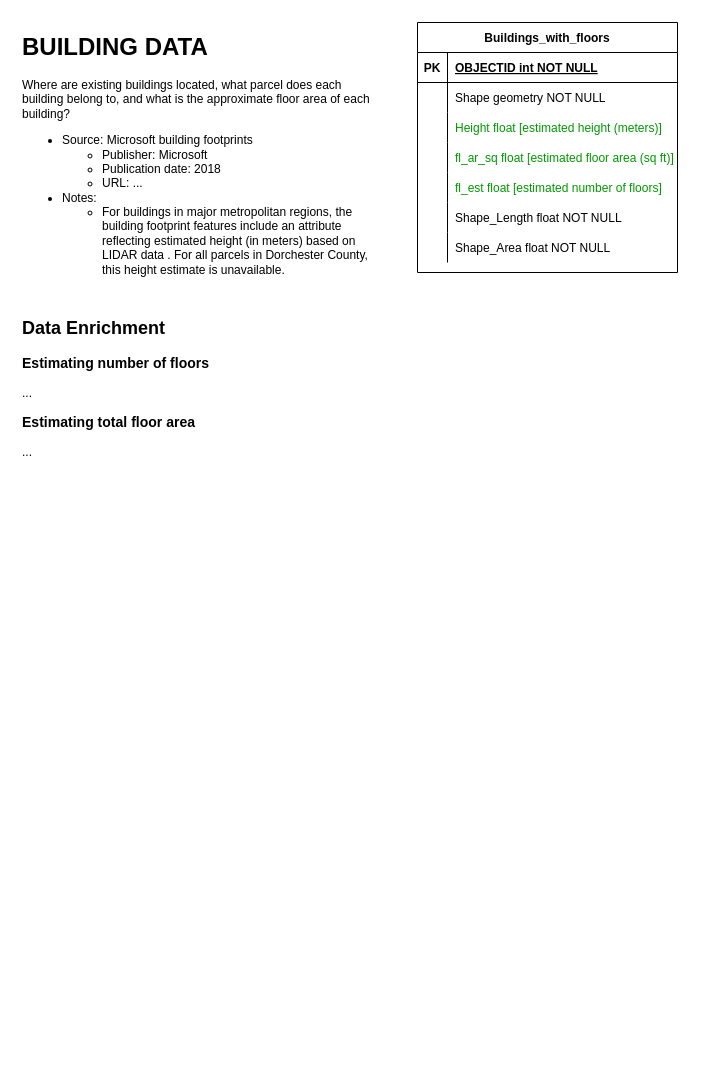
Earlier version of the draw.io diagram page "buildings_with_floors" (2 of 9) of LCBRT_DataDiagram.drawio (renaissanceplanning/LCBRT_TOD). Source tidied: cells renumbered, new cells numbered last; positions are measured from the earlier drawing's top-left corner, leaving out a move shared by most shapes. Both pictures are drawn from the tidied source at 100%, with x=0, y=0 at pixel (17, 22).
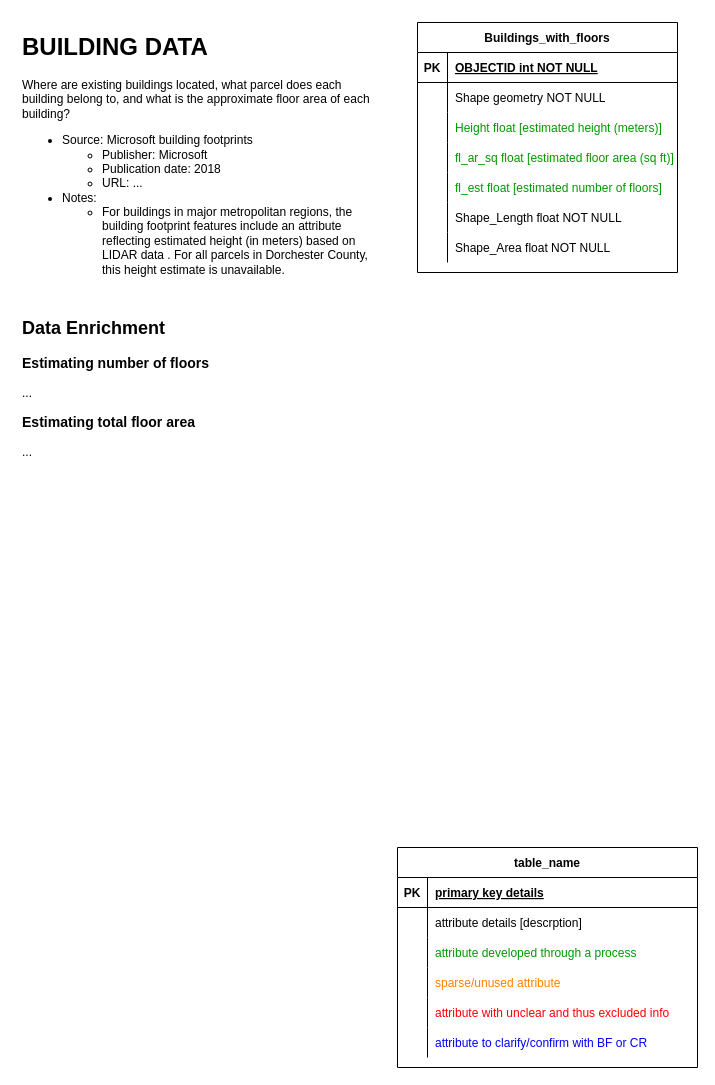
After the change.

Diff of the diagram source:
```diff
@@
+    <mxCell id="25" value="table_name" style="shape=table;startSize=30;childLayout=tableLayout;rowLines=0;fontStyle=1;align=center;" parent="1" vertex="1">
+      <mxGeometry x="380" y="825" width="300" height="220" as="geometry" />
+    </mxCell>
+    <mxCell id="26" style="shape=partialRectangle;fillColor=none;top=0;left=0;right=0;bottom=1;" parent="25" vertex="1">
+      <mxGeometry y="30" width="300" height="30" as="geometry" />
+    </mxCell>
+    <mxCell id="27" value="PK" style="shape=partialRectangle;overflow=hidden;fillColor=none;top=0;left=0;bottom=0;right=0;fontStyle=1;" parent="26" vertex="1">
+      <mxGeometry width="30" height="30" as="geometry" />
+    </mxCell>
+    <mxCell id="28" value="primary key details" style="shape=partialRectangle;overflow=hidden;fillColor=none;top=0;left=0;bottom=0;right=0;align=left;spacingLeft=6;fontStyle=5;" parent="26" vertex="1">
+      <mxGeometry x="30" width="270" height="30" as="geometry" />
+    </mxCell>
+    <mxCell id="29" style="shape=partialRectangle;fillColor=none;top=0;left=0;right=0;bottom=0;" parent="25" vertex="1">
+      <mxGeometry y="60" width="300" height="30" as="geometry" />
+    </mxCell>
+    <mxCell id="30" style="shape=partialRectangle;overflow=hidden;fillColor=none;top=0;left=0;bottom=0;right=0;" parent="29" vertex="1">
+      <mxGeometry width="30" height="30" as="geometry" />
+    </mxCell>
+    <mxCell id="31" value="attribute details [descrption]" style="shape=partialRectangle;overflow=hidden;fillColor=none;top=0;left=0;bottom=0;right=0;align=left;spacingLeft=6;" parent="29" vertex="1">
+      <mxGeometry x="30" width="270" height="30" as="geometry" />
+    </mxCell>
+    <mxCell id="32" style="shape=partialRectangle;fillColor=none;top=0;left=0;right=0;bottom=0;fontColor=#009900;" parent="25" vertex="1">
+      <mxGeometry y="90" width="300" height="30" as="geometry" />
+    </mxCell>
+    <mxCell id="33" style="shape=partialRectangle;overflow=hidden;fillColor=none;top=0;left=0;bottom=0;right=0;" parent="32" vertex="1">
+      <mxGeometry width="30" height="30" as="geometry" />
+    </mxCell>
+    <mxCell id="34" value="attribute developed through a process" style="shape=partialRectangle;overflow=hidden;fillColor=none;top=0;left=0;bottom=0;right=0;align=left;spacingLeft=6;strokeColor=#009900;fontColor=#009900;" parent="32" vertex="1">
+      <mxGeometry x="30" width="270" height="30" as="geometry" />
+    </mxCell>
+    <mxCell id="35" style="shape=partialRectangle;fillColor=none;top=0;left=0;right=0;bottom=0;" parent="25" vertex="1">
+      <mxGeometry y="120" width="300" height="30" as="geometry" />
+    </mxCell>
+    <mxCell id="36" style="shape=partialRectangle;overflow=hidden;fillColor=none;top=0;left=0;bottom=0;right=0;" parent="35" vertex="1">
+      <mxGeometry width="30" height="30" as="geometry" />
+    </mxCell>
+    <mxCell id="37" value="sparse/unused attribute" style="shape=partialRectangle;overflow=hidden;fillColor=none;top=0;left=0;bottom=0;right=0;align=left;spacingLeft=6;fontColor=#FF8000;" parent="35" vertex="1">
+      <mxGeometry x="30" width="270" height="30" as="geometry" />
+    </mxCell>
+    <mxCell id="38" style="shape=partialRectangle;fillColor=none;top=0;left=0;right=0;bottom=0;" parent="25" vertex="1">
+      <mxGeometry y="150" width="300" height="30" as="geometry" />
+    </mxCell>
+    <mxCell id="39" style="shape=partialRectangle;overflow=hidden;fillColor=none;top=0;left=0;bottom=0;right=0;" parent="38" vertex="1">
+      <mxGeometry width="30" height="30" as="geometry" />
+    </mxCell>
+    <mxCell id="40" value="attribute with unclear and thus excluded info" style="shape=partialRectangle;overflow=hidden;fillColor=none;top=0;left=0;bottom=0;right=0;align=left;spacingLeft=6;fontColor=#FF0000;" parent="38" vertex="1">
+      <mxGeometry x="30" width="270" height="30" as="geometry" />
+    </mxCell>
+    <mxCell id="41" style="shape=partialRectangle;fillColor=none;top=0;left=0;right=0;bottom=0;" parent="25" vertex="1">
+      <mxGeometry y="180" width="300" height="30" as="geometry" />
+    </mxCell>
+    <mxCell id="42" style="shape=partialRectangle;overflow=hidden;fillColor=none;top=0;left=0;bottom=0;right=0;" parent="41" vertex="1">
+      <mxGeometry width="30" height="30" as="geometry" />
+    </mxCell>
+    <mxCell id="43" value="attribute to clarify/confirm with BF or CR" style="shape=partialRectangle;overflow=hidden;fillColor=none;top=0;left=0;bottom=0;right=0;align=left;spacingLeft=6;fontColor=#0000FF;" parent="41" vertex="1">
+      <mxGeometry x="30" width="270" height="30" as="geometry" />
+    </mxCell>
```
